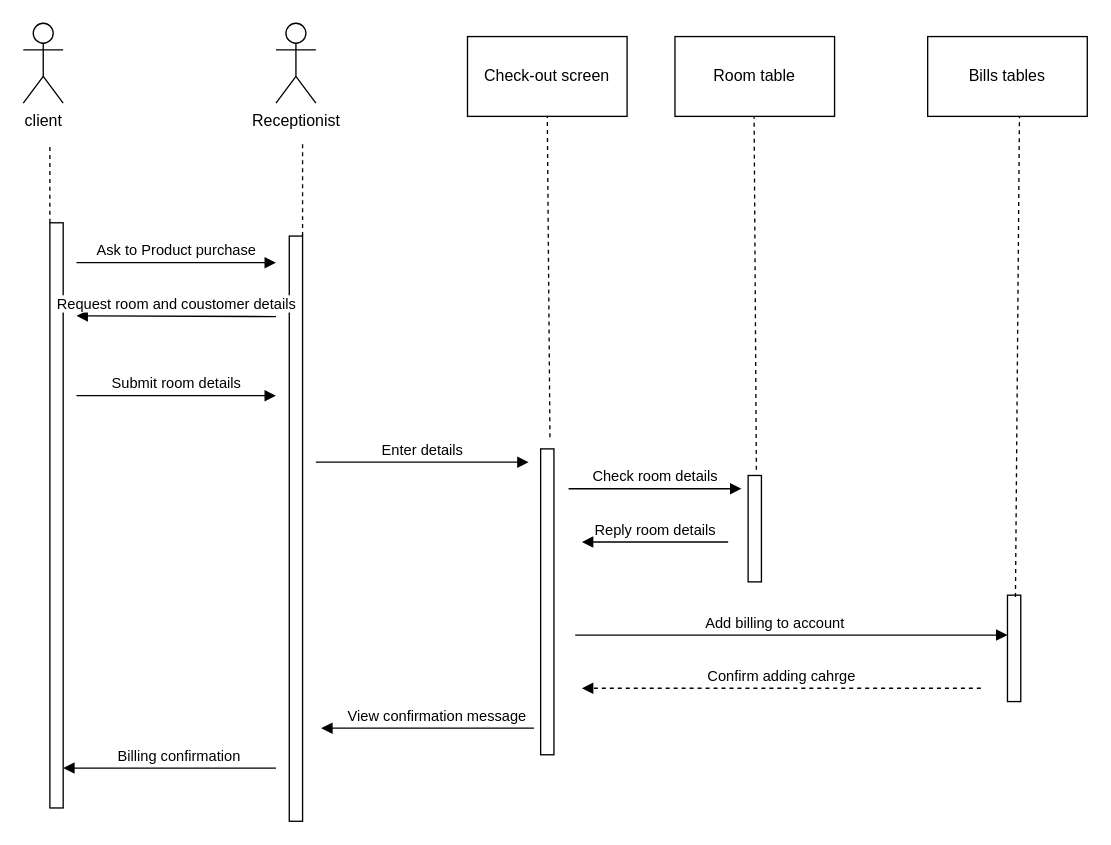
Before: הכנה לפרוייקט גמר/drowio/חיוב נוסף פלוו.drawio in MaorShtern/LHOTEL, a draw.io diagram. Source tidied: cells renumbered, new cells numbered last; positions are measured from the earlier drawing's top-left corner, leaving out a move shared by most shapes. Both pictures are drawn from the tidied source at 133%, with x=0, y=0 at pixel (23, 23).
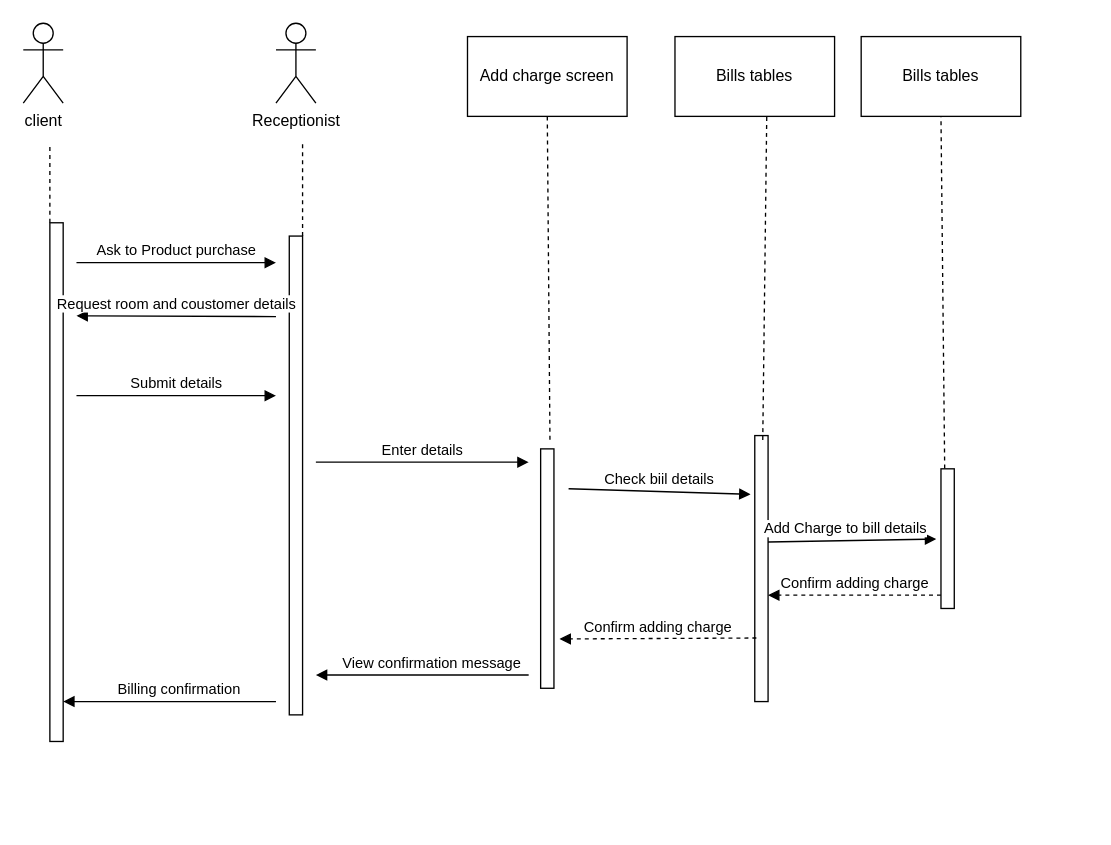
Above is the later version.

Diff of the diagram source:
```diff
@@
-    <mxCell id="4" value="Check-out screen" style="rounded=0;whiteSpace=wrap;html=1;" parent="1" vertex="1">
+    <mxCell id="4" value="Add charge screen" style="rounded=0;whiteSpace=wrap;html=1;" parent="1" vertex="1">
       <mxGeometry x="334" y="10" width="120" height="60" as="geometry" />
     </mxCell>
-    <mxCell id="5" value="Room table" style="rounded=0;whiteSpace=wrap;html=1;" parent="1" vertex="1">
-      <mxGeometry x="490" y="10" width="120" height="60" as="geometry" />
-    </mxCell>
     <mxCell id="6" value="Bills tables" style="rounded=0;whiteSpace=wrap;html=1;" parent="1" vertex="1">
-      <mxGeometry x="680" y="10" width="120" height="60" as="geometry" />
+      <mxGeometry x="490" y="10" width="120" height="60" as="geometry" />
     </mxCell>
@@
     <mxCell id="11" style="html=1;points=[];perimeter=orthogonalPerimeter;" parent="1" vertex="1">
-      <mxGeometry x="740" y="430" width="10" height="80" as="geometry" />
+      <mxGeometry x="550" y="310" width="10" height="200" as="geometry" />
     </mxCell>
-    <mxCell id="12" style="html=1;points=[];perimeter=orthogonalPerimeter;" parent="1" vertex="1">
-      <mxGeometry x="545" y="340" width="10" height="80" as="geometry" />
-    </mxCell>
     <mxCell id="13" style="html=1;perimeter=orthogonalPerimeter;" parent="1" vertex="1">
-      <mxGeometry x="200" y="160" width="10" height="440" as="geometry" />
+      <mxGeometry x="200" y="160" width="10" height="360" as="geometry" />
     </mxCell>
     <mxCell id="14" style="html=1;perimeter=orthogonalPerimeter;" parent="1" vertex="1">
-      <mxGeometry x="20" y="150" width="10" height="440" as="geometry" />
+      <mxGeometry x="20" y="150" width="10" height="390" as="geometry" />
     </mxCell>
-    <mxCell id="15" style="endArrow=none;dashed=1;html=1;rounded=0;entryX=0.5;entryY=1;entryDx=0;entryDy=0;exitX=0.62;exitY=-0.053;exitDx=0;exitDy=0;exitPerimeter=0;" parent="1" edge="1" source="12">
-      <mxGeometry relative="1" as="geometry">
-        <mxPoint x="549.5" y="70" as="targetPoint" />
-      </mxGeometry>
-    </mxCell>
     <mxCell id="16" style="endArrow=none;dashed=1;html=1;rounded=0;entryX=0.5;entryY=1;entryDx=0;entryDy=0;exitX=0.6;exitY=0.017;exitDx=0;exitDy=0;exitPerimeter=0;" parent="1" edge="1" source="11">
       <mxGeometry relative="1" as="geometry">
-        <mxPoint x="749" y="70" as="targetPoint" />
+        <mxPoint x="559" y="70" as="targetPoint" />
       </mxGeometry>
     </mxCell>
     <mxCell id="17" style="html=1;points=[];perimeter=orthogonalPerimeter;" parent="1" vertex="1">
-      <mxGeometry x="389" y="320" width="10" height="230" as="geometry" />
+      <mxGeometry x="389" y="320" width="10" height="180" as="geometry" />
     </mxCell>
@@
-    <mxCell id="19" value="Submit room details" style="html=1;verticalAlign=bottom;endArrow=block;rounded=0;" parent="1" edge="1">
+    <mxCell id="19" value="Submit details" style="html=1;verticalAlign=bottom;endArrow=block;rounded=0;" parent="1" edge="1">
       <mxGeometry relative="1" as="geometry">
         <mxPoint x="40" y="280" as="sourcePoint" />
         <mxPoint x="190" y="280" as="targetPoint" />
       </mxGeometry>
     </mxCell>
@@
-    <mxCell id="21" value="Check room details" style="html=1;verticalAlign=bottom;endArrow=block;rounded=0;" parent="1" edge="1">
+    <mxCell id="21" value="Check biil details" style="html=1;verticalAlign=bottom;endArrow=block;rounded=0;entryX=-0.32;entryY=0.221;entryDx=0;entryDy=0;entryPerimeter=0;" parent="1" edge="1" target="11">
       <mxGeometry relative="1" as="geometry">
         <mxPoint x="410" y="350" as="sourcePoint" />
-        <mxPoint x="540" y="350" as="targetPoint" />
       </mxGeometry>
     </mxCell>
-    <mxCell id="22" value="Reply room details" style="html=1;verticalAlign=bottom;endArrow=block;rounded=0;" parent="1" edge="1">
-      <mxGeometry relative="1" as="geometry">
-        <mxPoint x="530" y="390" as="sourcePoint" />
-        <mxPoint x="420" y="390" as="targetPoint" />
-      </mxGeometry>
-    </mxCell>
-    <mxCell id="23" value="Add billing to account" style="html=1;verticalAlign=bottom;endArrow=block;rounded=0;" parent="1" edge="1">
+    <mxCell id="23" value="Add Charge to bill details" style="html=1;verticalAlign=bottom;endArrow=block;rounded=0;entryX=-0.36;entryY=0.503;entryDx=0;entryDy=0;entryPerimeter=0;" parent="1" edge="1" target="29">
       <mxGeometry x="-0.08" relative="1" as="geometry">
-        <mxPoint x="415" y="460" as="sourcePoint" />
-        <mxPoint x="740" y="460" as="targetPoint" />
+        <mxPoint x="560" y="390" as="sourcePoint" />
       </mxGeometry>
     </mxCell>
-    <mxCell id="24" value="Confirm adding cahrge" style="html=1;verticalAlign=bottom;endArrow=block;rounded=0;dashed=1;" parent="1" edge="1">
-      <mxGeometry relative="1" as="geometry">
-        <mxPoint x="720" y="500" as="sourcePoint" />
-        <mxPoint x="420" y="500" as="targetPoint" />
-      </mxGeometry>
+    <mxCell id="24" value="Confirm adding charge" style="html=1;verticalAlign=bottom;endArrow=block;rounded=0;dashed=1;entryX=1.42;entryY=0.794;entryDx=0;entryDy=0;entryPerimeter=0;exitX=0.12;exitY=0.761;exitDx=0;exitDy=0;exitPerimeter=0;" parent="1" edge="1" source="11" target="17">
+      <mxGeometry relative="1" as="geometry" />
     </mxCell>
     <mxCell id="25" value="View confirmation message" style="html=1;verticalAlign=bottom;endArrow=block;rounded=0;" parent="1" edge="1">
       <mxGeometry x="-0.09" relative="1" as="geometry">
-        <mxPoint x="384" y="530" as="sourcePoint" />
-        <mxPoint x="224" y="530" as="targetPoint" />
+        <mxPoint x="380" y="490" as="sourcePoint" />
+        <mxPoint x="220" y="490" as="targetPoint" />
       </mxGeometry>
     </mxCell>
     <mxCell id="26" value="Billing confirmation" style="html=1;verticalAlign=bottom;endArrow=block;rounded=0;" parent="1" edge="1">
       <mxGeometry x="-0.09" relative="1" as="geometry">
-        <mxPoint x="190" y="560" as="sourcePoint" />
-        <mxPoint x="30" y="560" as="targetPoint" />
+        <mxPoint x="190" y="510" as="sourcePoint" />
+        <mxPoint x="30" y="510" as="targetPoint" />
       </mxGeometry>
     </mxCell>
+    <mxCell id="27" value="Bills tables" style="rounded=0;whiteSpace=wrap;html=1;" parent="1" vertex="1">
+      <mxGeometry x="630" y="10" width="120" height="60" as="geometry" />
+    </mxCell>
+    <mxCell id="28" style="endArrow=none;dashed=1;html=1;rounded=0;entryX=0.5;entryY=1;entryDx=0;entryDy=0;exitX=0.28;exitY=-0.003;exitDx=0;exitDy=0;exitPerimeter=0;" parent="1" edge="1" source="29" target="27">
+      <mxGeometry relative="1" as="geometry" />
+    </mxCell>
+    <mxCell id="29" style="html=1;points=[];perimeter=orthogonalPerimeter;" parent="1" vertex="1">
+      <mxGeometry x="690" y="335" width="10" height="105" as="geometry" />
+    </mxCell>
+    <mxCell id="30" value="Confirm adding charge" style="html=1;verticalAlign=bottom;endArrow=block;rounded=0;dashed=1;" parent="1" edge="1">
+      <mxGeometry relative="1" as="geometry">
+        <mxPoint x="690" y="430" as="sourcePoint" />
+        <mxPoint x="560" y="430" as="targetPoint" />
+      </mxGeometry>
+    </mxCell>
```
